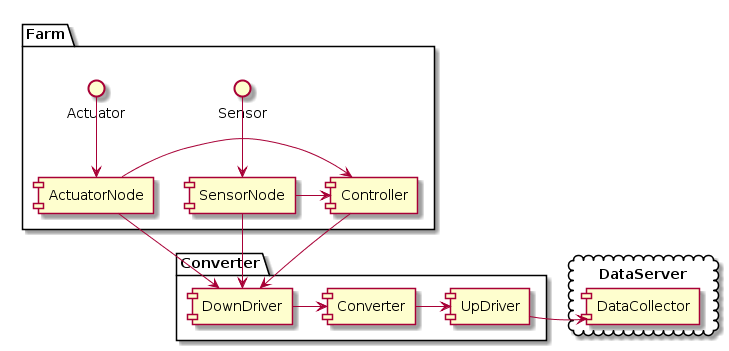
This is doc/images/converter_framework.png from ebio-snu/stdcvt, a PlantUML export, as it was before one commit. The source it was exported from:
```plantuml
@startuml
package "Farm" {
Sensor --> [SensorNode]
[SensorNode] -> [Controller]
[ActuatorNode] -> [Controller]
Actuator --> [ActuatorNode]
}

package "Converter" {
[SensorNode] --> [DownDriver]
[ActuatorNode] --> [DownDriver]
[Controller] --> [DownDriver]
[DownDriver] -> [Converter]
[Converter] -> [UpDriver]

}

cloud "DataServer" {
[UpDriver] -> [DataCollector]
}
@enduml
```
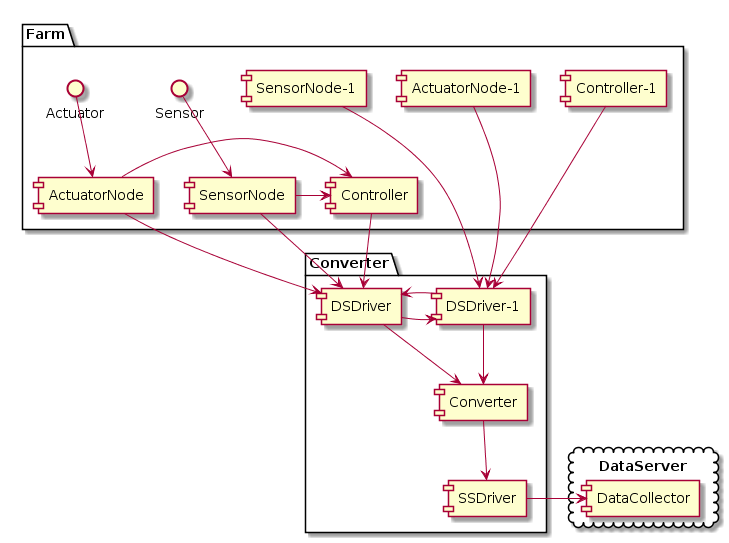
After the commit.

What changed in the source:
```diff
@@ -4,18 +4,27 @@
 [SensorNode] -> [Controller]
 [ActuatorNode] -> [Controller]
 Actuator --> [ActuatorNode]
+[SensorNode-1]
+[ActuatorNode-1]
+[Controller-1]
 }
 
 package "Converter" {
-[SensorNode] --> [DownDriver]
-[ActuatorNode] --> [DownDriver]
-[Controller] --> [DownDriver]
-[DownDriver] -> [Converter]
-[Converter] -> [UpDriver]
+[SensorNode] --> [DSDriver]
+[ActuatorNode] --> [DSDriver]
+[Controller] --> [DSDriver]
+[SensorNode-1] --> [DSDriver-1]
+[ActuatorNode-1] --> [DSDriver-1]
+[Controller-1] --> [DSDriver-1]
+[DSDriver] --> [Converter]
+[DSDriver-1] --> [Converter]
+[DSDriver] -> [DSDriver-1]
+[DSDriver] <- [DSDriver-1]
+[Converter] --> [SSDriver]
 
 }
 
 cloud "DataServer" {
-[UpDriver] -> [DataCollector]
+[SSDriver] -> [DataCollector]
 }
 @enduml
```
